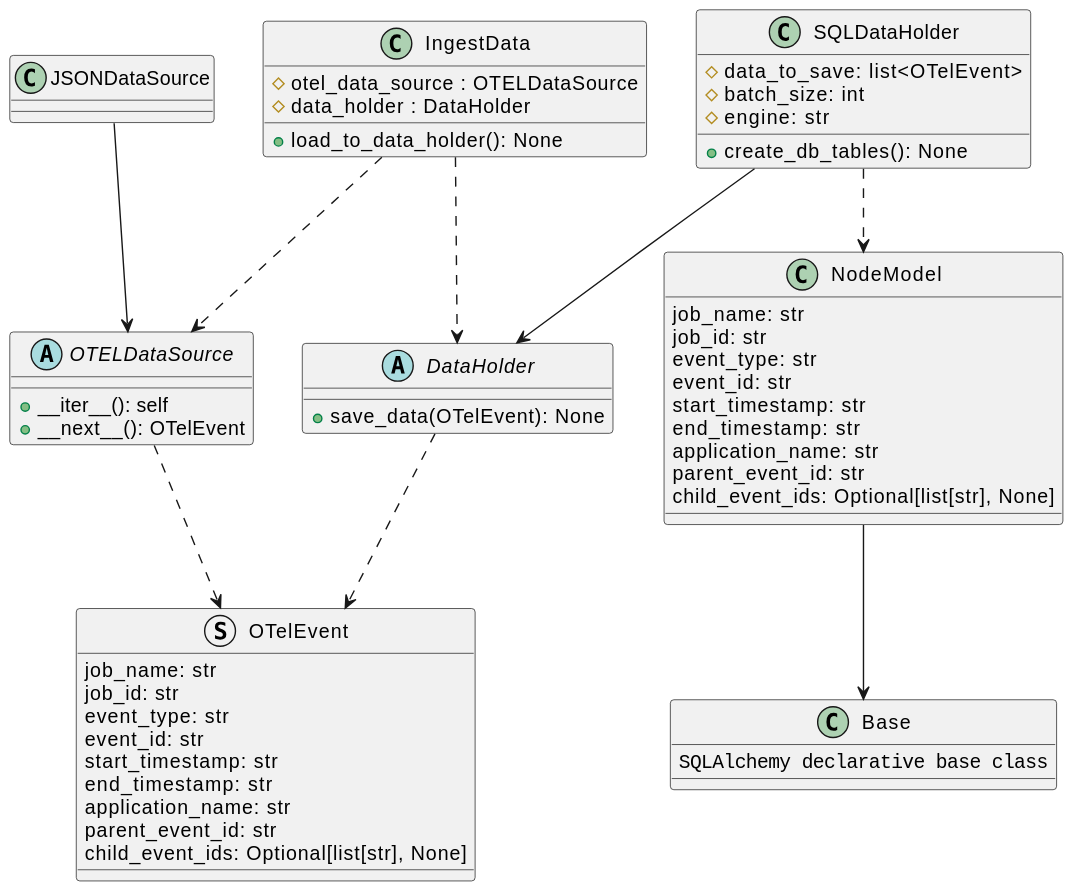
Before: docs/development/design/3-DN-Retrieving_unique_graphs_from_Otel_data/class_diagrams.svg, a diagram exported from PlantUML (xtuml/otel2puml).
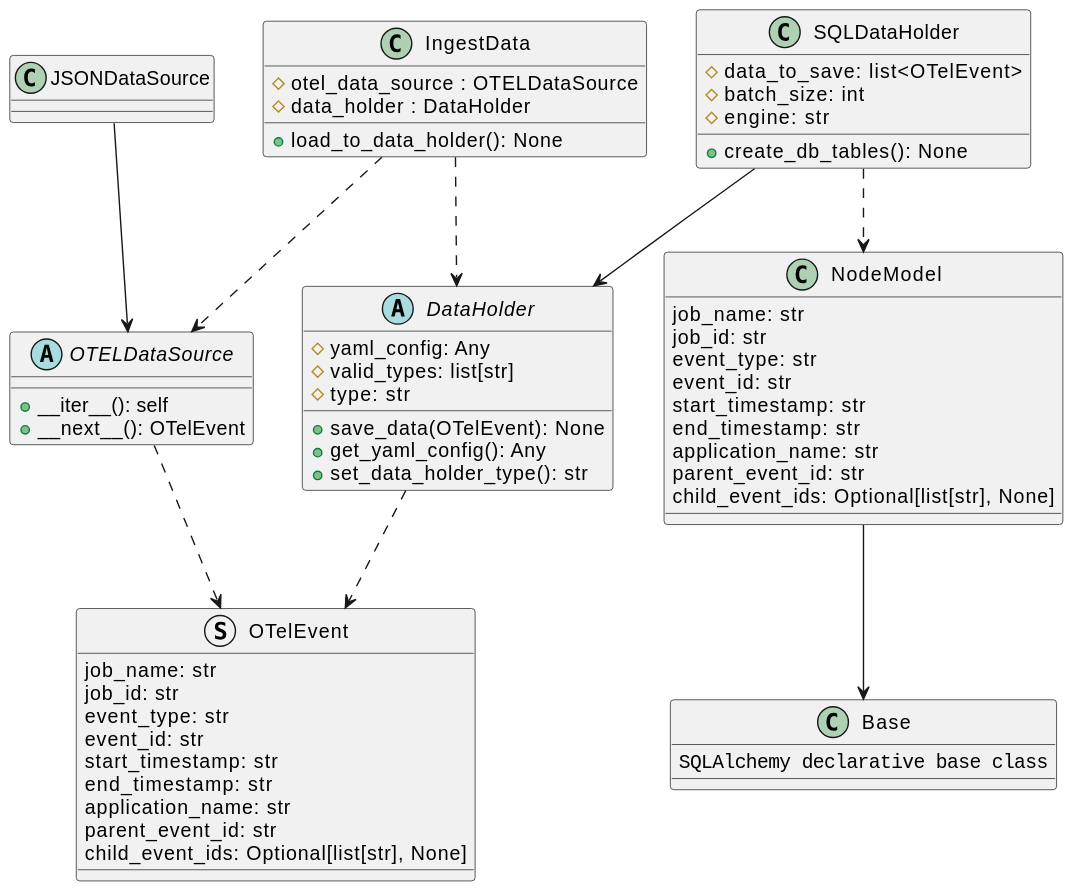
Above is the later version.

Commit message:
Update design note and class diagrams

What changed in the source:
```diff
@@ -42,7 +42,12 @@
 }
 
 abstract class DataHolder {
+    #yaml_config: Any
+    #valid_types: list[str]
+    #type: str
     +save_data(OTelEvent): None
+    +get_yaml_config(): Any
+    +set_data_holder_type(): str
 }
 
 class IngestData {
```
